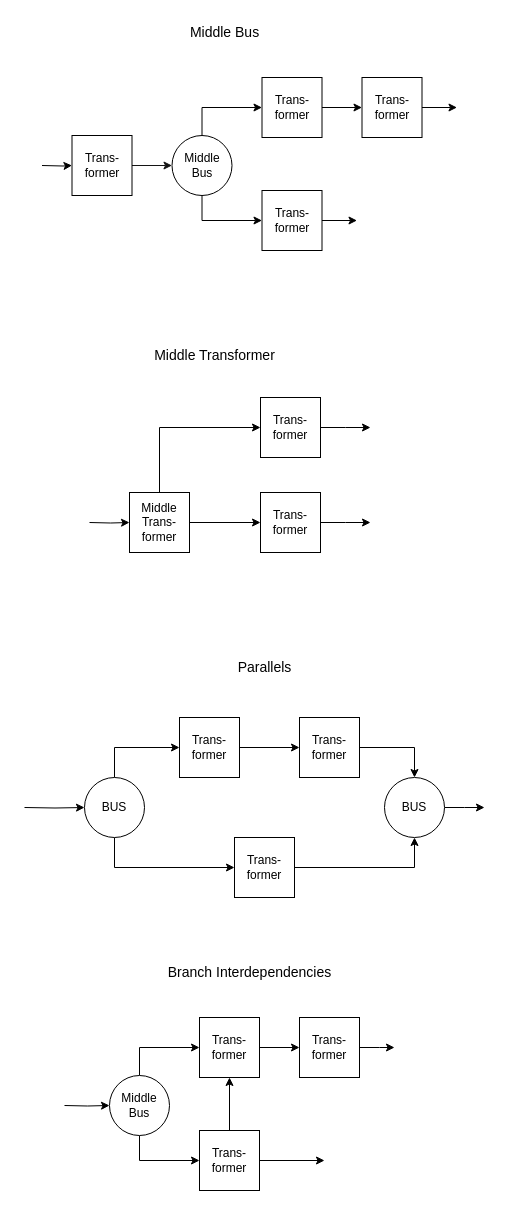
The draw.io diagram docs/fig/source_files/240708_transformer_chain_ooo_definitions.drawio in QuaSi-Software/Documentation, before the edit. Source tidied: cells renumbered, new cells numbered last; positions are measured from the earlier drawing's top-left corner, leaving out a move shared by most shapes. Both pictures are drawn from the tidied source at 100%, with x=0, y=0 at pixel (24, 17).
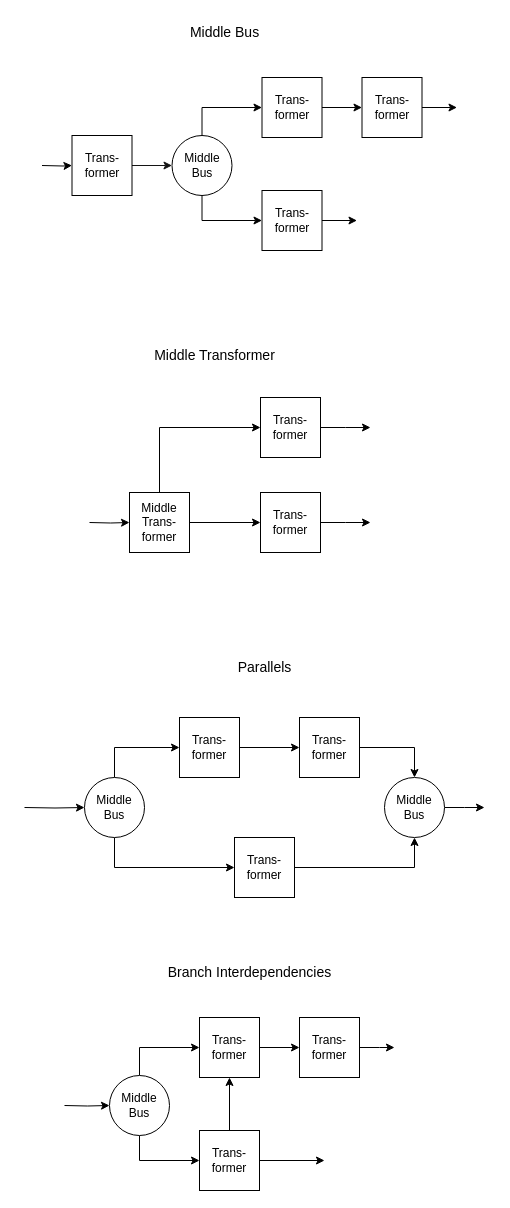
After the change.

Commit message (it also covers changes not shown here):
corrected figures in transformer ooo

What changed in the source:
```diff
@@
-    <mxCell id="29" value="BUS" style="ellipse;whiteSpace=wrap;html=1;" parent="1" vertex="1">
+    <mxCell id="29" value="Middle Bus" style="ellipse;whiteSpace=wrap;html=1;" parent="1" vertex="1">
       <mxGeometry x="360" y="760" width="60" height="60" as="geometry" />
     </mxCell>
@@
-    <mxCell id="36" value="BUS" style="ellipse;whiteSpace=wrap;html=1;" parent="1" vertex="1">
+    <mxCell id="36" value="Middle Bus" style="ellipse;whiteSpace=wrap;html=1;" parent="1" vertex="1">
       <mxGeometry x="60" y="760" width="60" height="60" as="geometry" />
     </mxCell>
```
